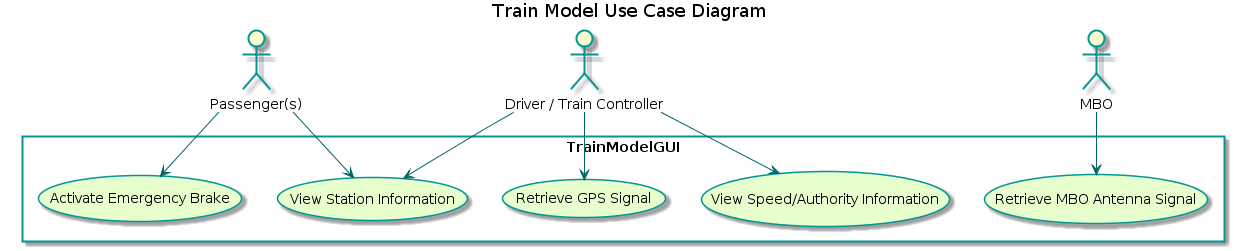
Before: TrainSystem/yUML/Usecase Diagrams/TrainModelUseCaseDiagram.png, a diagram exported from PlantUML (kevingilboy/COE1186).
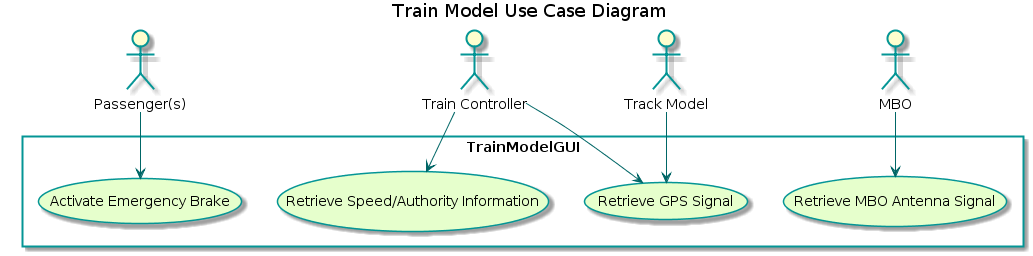
After the change.

The edit, as a diff of the source:
```diff
@@ -7,21 +7,20 @@
 skinparam arrowColor #006666
 
 :Passenger(s): as p
-:Driver / Train Controller: as tnc
+:Train Controller: as tnc
+:Track Model: as tkm
 :MBO: as mbo
 
 rectangle TrainModelGUI{
 	(Activate Emergency Brake)
-	(View Station Information)
-	(View Speed/Authority Information)
+	(Retrieve Speed/Authority Information)
     (Retrieve GPS Signal)
     (Retrieve MBO Antenna Signal)
 }
 
 p --> (Activate Emergency Brake)
-p --> (View Station Information)
-tnc --> (View Station Information)
-tnc --> (View Speed/Authority Information)
+tnc --> (Retrieve Speed/Authority Information)
 tnc --> (Retrieve GPS Signal)
+tkm --> (Retrieve GPS Signal)
 mbo --> (Retrieve MBO Antenna Signal)
 @enduml
```
